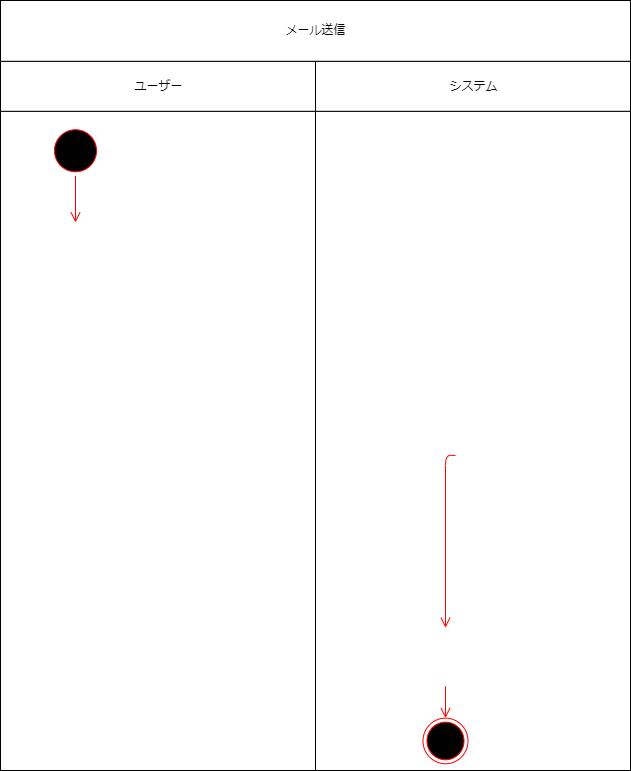
Before: 振る舞い図/アクティビティ図/アクティビティ図＿メール送信.drawio.png, a diagram exported from draw.io (masaki1234567/psp4). Source tidied: cells renumbered, new cells last; positions are measured from the earlier drawing's top-left corner, leaving out a move shared by most shapes. Source of this version:
```xml
<mxGraphModel>
  <root>
    <mxCell id="0" />
    <mxCell id="1" parent="0" />
    <mxCell id="2" style="group;" parent="1" vertex="1">
      <mxGeometry width="630" height="770" as="geometry" />
    </mxCell>
    <mxCell id="3" style="group;" parent="2" vertex="1">
      <mxGeometry y="60.8" width="630" height="709.2" as="geometry" />
    </mxCell>
    <mxCell id="4" style="group;" parent="3" vertex="1">
      <mxGeometry width="315" height="709.2" as="geometry" />
    </mxCell>
    <mxCell id="5" style="html=1;dashed=0;whitespace=wrap;" parent="4" vertex="1">
      <mxGeometry y="50" width="315" height="659.2" as="geometry" />
    </mxCell>
    <mxCell id="6" value="ユーザー" style="html=1;dashed=0;whitespace=wrap;" parent="4" vertex="1">
      <mxGeometry width="315" height="50" as="geometry" />
    </mxCell>
    <mxCell id="7" style="group;" parent="4" vertex="1">
      <mxGeometry x="50" y="75.2" width="50" height="128.9" as="geometry" />
    </mxCell>
    <mxCell id="8" style="ellipse;html=1;shape=startState;fillColor=#000000;strokeColor=#ff0000;" parent="7" vertex="1">
      <mxGeometry y="-10.7" width="50" height="50" as="geometry" />
    </mxCell>
    <mxCell id="9" style="edgeStyle=orthogonalEdgeStyle;html=1;verticalAlign=bottom;endArrow=open;endSize=8;strokeColor=#ff0000;entryX=0.25;entryY=0;entryDx=0;entryDy=0;" parent="4" edge="1" source="8">
      <mxGeometry relative="1" as="geometry">
        <mxPoint x="75" y="161.2" as="targetPoint" />
      </mxGeometry>
    </mxCell>
    <mxCell id="10" style="group;fillColor=none;fontColor=#ffffff;strokeColor=#6F0000;" parent="3" vertex="1">
      <mxGeometry x="315" width="315" height="709.2" as="geometry" />
    </mxCell>
    <mxCell id="11" style="html=1;dashed=0;whitespace=wrap;" parent="10" vertex="1">
      <mxGeometry y="50" width="315" height="659.2" as="geometry" />
    </mxCell>
    <mxCell id="12" value="システム" style="html=1;dashed=0;whitespace=wrap;" parent="10" vertex="1">
      <mxGeometry width="315" height="50" as="geometry" />
    </mxCell>
    <mxCell id="13" style="edgeStyle=orthogonalEdgeStyle;html=1;verticalAlign=bottom;endArrow=open;endSize=8;strokeColor=#ff0000;exitX=0.5;exitY=1;exitDx=0;exitDy=0;entryX=0.5;entryY=0;entryDx=0;entryDy=0;" parent="10" edge="1">
      <mxGeometry relative="1" as="geometry">
        <mxPoint x="140" y="394.1" as="sourcePoint" />
        <mxPoint x="130" y="566.6" as="targetPoint" />
      </mxGeometry>
    </mxCell>
    <mxCell id="14" style="ellipse;html=1;shape=endState;fillColor=#000000;strokeColor=#ff0000;" parent="10" vertex="1">
      <mxGeometry x="107.5" y="656.9" width="45" height="45.6" as="geometry" />
    </mxCell>
    <mxCell id="15" style="edgeStyle=orthogonalEdgeStyle;html=1;verticalAlign=bottom;endArrow=open;endSize=8;strokeColor=#ff0000;exitX=0.5;exitY=1;exitDx=0;exitDy=0;entryX=0.5;entryY=0;entryDx=0;entryDy=0;" parent="10" edge="1" target="14">
      <mxGeometry relative="1" as="geometry">
        <mxPoint x="130" y="625" as="sourcePoint" />
      </mxGeometry>
    </mxCell>
    <mxCell id="16" value="メール送信" style="html=1;dashed=0;whitespace=wrap;" parent="2" vertex="1">
      <mxGeometry width="630" height="60.8" as="geometry" />
    </mxCell>
  </root>
</mxGraphModel>
```
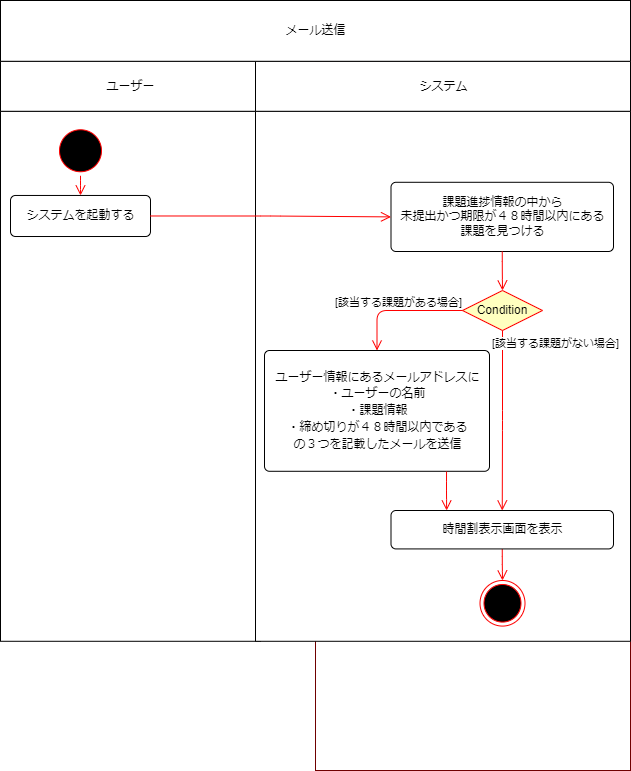
After the commit.

Commit message:
メール送信アクティビティ図完成

The edit, as a diff of the source:
```diff
@@ -12,45 +12,65 @@
       <mxGeometry width="315" height="709.2" as="geometry" />
     </mxCell>
     <mxCell id="5" style="html=1;dashed=0;whitespace=wrap;" parent="4" vertex="1">
-      <mxGeometry y="50" width="315" height="659.2" as="geometry" />
+      <mxGeometry y="50" width="260" height="530" as="geometry" />
     </mxCell>
     <mxCell id="6" value="ユーザー" style="html=1;dashed=0;whitespace=wrap;" parent="4" vertex="1">
-      <mxGeometry width="315" height="50" as="geometry" />
+      <mxGeometry width="260" height="50" as="geometry" />
     </mxCell>
     <mxCell id="7" style="group;" parent="4" vertex="1">
-      <mxGeometry x="50" y="75.2" width="50" height="128.9" as="geometry" />
+      <mxGeometry x="55" y="75.2" width="95" height="129" as="geometry" />
     </mxCell>
     <mxCell id="8" style="ellipse;html=1;shape=startState;fillColor=#000000;strokeColor=#ff0000;" parent="7" vertex="1">
       <mxGeometry y="-10.7" width="50" height="50" as="geometry" />
     </mxCell>
+    <mxCell id="17" value="システムを起動する" style="html=1;align=center;verticalAlign=middle;rounded=1;absoluteArcSize=1;arcSize=10;dashed=0;" parent="7" vertex="1">
+      <mxGeometry x="-45" y="59" width="140" height="41" as="geometry" />
+    </mxCell>
-    <mxCell id="9" style="edgeStyle=orthogonalEdgeStyle;html=1;verticalAlign=bottom;endArrow=open;endSize=8;strokeColor=#ff0000;entryX=0.25;entryY=0;entryDx=0;entryDy=0;" parent="4" edge="1" source="8">
-      <mxGeometry relative="1" as="geometry">
-        <mxPoint x="75" y="161.2" as="targetPoint" />
-      </mxGeometry>
+    <mxCell id="9" style="edgeStyle=orthogonalEdgeStyle;html=1;verticalAlign=bottom;endArrow=open;endSize=8;strokeColor=#ff0000;entryX=0.5;entryY=0;entryDx=0;entryDy=0;" parent="7" edge="1" source="8" target="17">
+      <mxGeometry relative="1" as="geometry" />
     </mxCell>
     <mxCell id="10" style="group;fillColor=none;fontColor=#ffffff;strokeColor=#6F0000;" parent="3" vertex="1">
       <mxGeometry x="315" width="315" height="709.2" as="geometry" />
     </mxCell>
     <mxCell id="11" style="html=1;dashed=0;whitespace=wrap;" parent="10" vertex="1">
-      <mxGeometry y="50" width="315" height="659.2" as="geometry" />
+      <mxGeometry x="-60" y="50" width="375" height="530" as="geometry" />
     </mxCell>
     <mxCell id="12" value="システム" style="html=1;dashed=0;whitespace=wrap;" parent="10" vertex="1">
-      <mxGeometry width="315" height="50" as="geometry" />
+      <mxGeometry x="-60" width="375" height="50" as="geometry" />
     </mxCell>
-    <mxCell id="13" style="edgeStyle=orthogonalEdgeStyle;html=1;verticalAlign=bottom;endArrow=open;endSize=8;strokeColor=#ff0000;exitX=0.5;exitY=1;exitDx=0;exitDy=0;entryX=0.5;entryY=0;entryDx=0;entryDy=0;" parent="10" edge="1">
-      <mxGeometry relative="1" as="geometry">
-        <mxPoint x="140" y="394.1" as="sourcePoint" />
-        <mxPoint x="130" y="566.6" as="targetPoint" />
-      </mxGeometry>
-    </mxCell>
     <mxCell id="14" style="ellipse;html=1;shape=endState;fillColor=#000000;strokeColor=#ff0000;" parent="10" vertex="1">
-      <mxGeometry x="107.5" y="656.9" width="45" height="45.6" as="geometry" />
+      <mxGeometry x="164.5" y="519.2" width="45" height="45.6" as="geometry" />
     </mxCell>
-    <mxCell id="15" style="edgeStyle=orthogonalEdgeStyle;html=1;verticalAlign=bottom;endArrow=open;endSize=8;strokeColor=#ff0000;exitX=0.5;exitY=1;exitDx=0;exitDy=0;entryX=0.5;entryY=0;entryDx=0;entryDy=0;" parent="10" edge="1" target="14">
-      <mxGeometry relative="1" as="geometry">
-        <mxPoint x="130" y="625" as="sourcePoint" />
-      </mxGeometry>
+    <mxCell id="15" style="edgeStyle=orthogonalEdgeStyle;html=1;verticalAlign=bottom;endArrow=open;endSize=8;strokeColor=#ff0000;exitX=0.5;exitY=1;exitDx=0;exitDy=0;entryX=0.5;entryY=0;entryDx=0;entryDy=0;" parent="10" edge="1" source="23" target="14">
+      <mxGeometry relative="1" as="geometry" />
     </mxCell>
+    <mxCell id="18" value="課題進捗情報の中から&lt;br&gt;未提出かつ期限が４８時間以内にある&lt;br&gt;課題を見つける" style="html=1;align=center;verticalAlign=middle;rounded=1;absoluteArcSize=1;arcSize=10;dashed=0;" parent="10" vertex="1">
+      <mxGeometry x="75.5" y="121" width="222.5" height="69.2" as="geometry" />
+    </mxCell>
+    <mxCell id="19" value="Condition" style="rhombus;whiteSpace=wrap;html=1;fillColor=#ffffc0;strokeColor=#ff0000;" parent="10" vertex="1">
+      <mxGeometry x="147" y="229.2" width="80" height="40" as="geometry" />
+    </mxCell>
+    <mxCell id="20" value="[該当する課題がある場合]" style="edgeStyle=orthogonalEdgeStyle;html=1;align=left;verticalAlign=bottom;endArrow=open;endSize=8;strokeColor=#ff0000;exitX=0;exitY=0.5;exitDx=0;exitDy=0;entryX=0.5;entryY=0;entryDx=0;entryDy=0;" parent="10" edge="1" source="19" target="24">
+      <mxGeometry x="0.38" y="-44" relative="1" as="geometry" />
+    </mxCell>
+    <mxCell id="21" value="[該当する課題がない場合]" style="edgeStyle=orthogonalEdgeStyle;html=1;align=left;verticalAlign=top;endArrow=open;endSize=8;strokeColor=#ff0000;entryX=0.5;entryY=0;entryDx=0;entryDy=0;" parent="10" edge="1" source="19" target="23">
+      <mxGeometry x="-1" y="-12" relative="1" as="geometry" />
+    </mxCell>
+    <mxCell id="22" style="edgeStyle=orthogonalEdgeStyle;html=1;verticalAlign=bottom;endArrow=open;endSize=8;strokeColor=#ff0000;entryX=0.5;entryY=0;entryDx=0;entryDy=0;exitX=0.5;exitY=1;exitDx=0;exitDy=0;" parent="10" edge="1" source="18" target="19">
+      <mxGeometry relative="1" as="geometry" />
+    </mxCell>
+    <mxCell id="23" value="時間割表示画面を表示" style="html=1;align=center;verticalAlign=middle;rounded=1;absoluteArcSize=1;arcSize=10;dashed=0;" parent="10" vertex="1">
+      <mxGeometry x="75.5" y="449.2" width="222.5" height="38.4" as="geometry" />
+    </mxCell>
+    <mxCell id="24" value="&lt;p style=&quot;line-height: 140%;&quot;&gt;ユーザー情報にあるメールアドレスに&lt;br&gt;・ユーザーの名前&lt;br&gt;・課題情報&lt;br&gt;・締め切りが４８時間以内である&lt;br&gt;の３つを記載したメールを送信&lt;/p&gt;" style="html=1;align=center;verticalAlign=middle;rounded=1;absoluteArcSize=1;arcSize=10;dashed=0;" parent="10" vertex="1">
+      <mxGeometry x="-51" y="289.2" width="225" height="120.8" as="geometry" />
+    </mxCell>
+    <mxCell id="25" style="edgeStyle=orthogonalEdgeStyle;html=1;verticalAlign=bottom;endArrow=open;endSize=8;strokeColor=#ff0000;exitX=0.809;exitY=1.002;exitDx=0;exitDy=0;entryX=0.25;entryY=0;entryDx=0;entryDy=0;exitPerimeter=0;" parent="10" edge="1" source="24" target="23">
+      <mxGeometry relative="1" as="geometry" />
+    </mxCell>
+    <mxCell id="26" style="edgeStyle=orthogonalEdgeStyle;html=1;verticalAlign=bottom;endArrow=open;endSize=8;strokeColor=#ff0000;entryX=0;entryY=0.5;entryDx=0;entryDy=0;exitX=1;exitY=0.5;exitDx=0;exitDy=0;" parent="3" edge="1" source="17" target="18">
+      <mxGeometry relative="1" as="geometry" />
+    </mxCell>
     <mxCell id="16" value="メール送信" style="html=1;dashed=0;whitespace=wrap;" parent="2" vertex="1">
       <mxGeometry width="630" height="60.8" as="geometry" />
     </mxCell>
```
